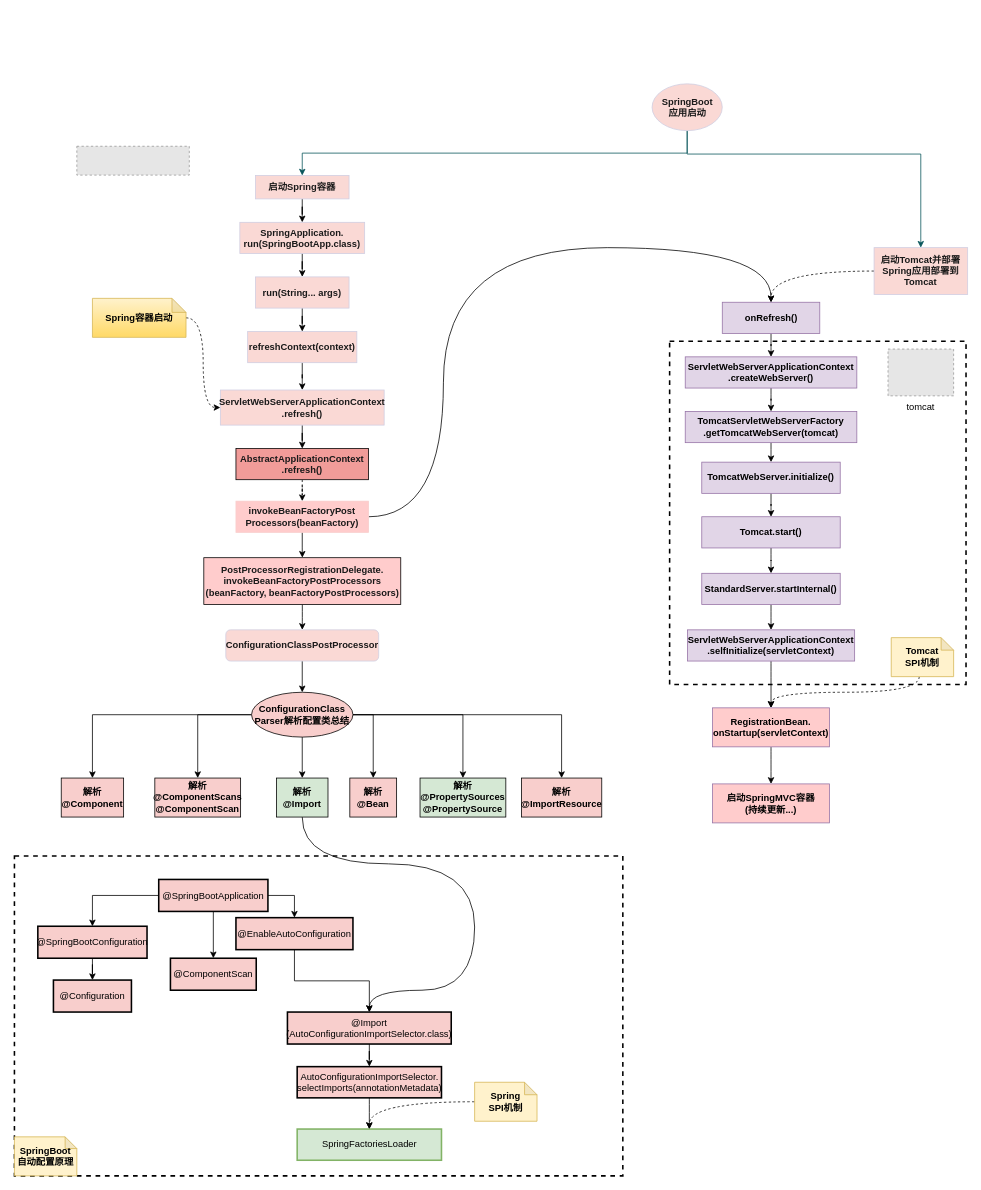
This is docs/process/SpringBoot自动配置原理.drawio from turn-left/in-depth-spring-source, a draw.io file, before an edit. Source tidied: cells renumbered, new cells numbered last; positions are measured from the earlier drawing's top-left corner, leaving out a move shared by most shapes. Both pictures are drawn from the tidied source at 78%, with x=0, y=0 at pixel (14, 83). Pictures stored in the file or linked from it are replaced by grey dashed boxes.
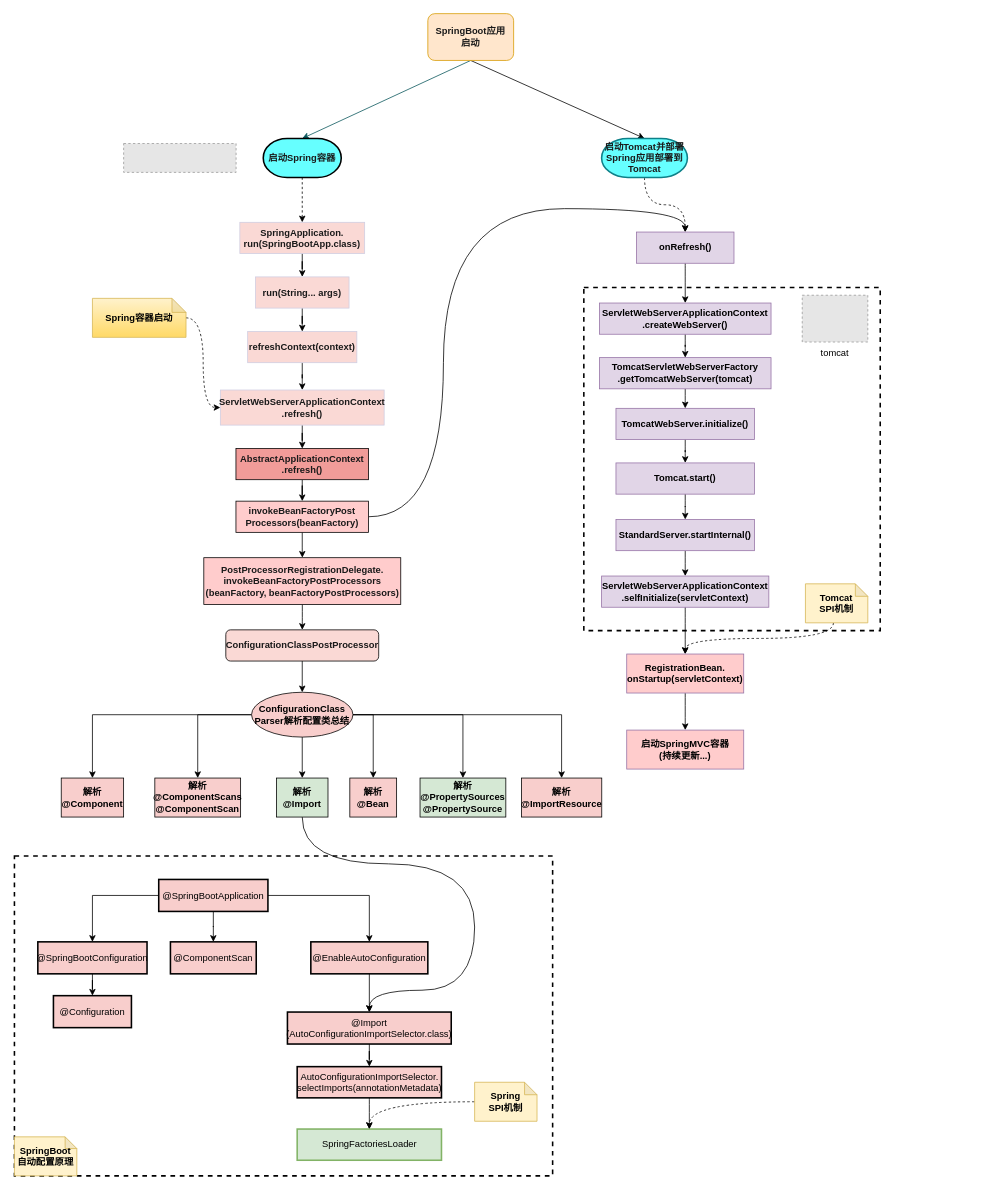
After the change.

The change refers to these unchanged cells:
```xml
<mxCell id="15" value="SpringApplication.&lt;br&gt;run(SpringBootApp.class)" style="whiteSpace=wrap;html=1;fontColor=#1A1A1A;fontStyle=1;strokeColor=#D0CEE2;fillColor=#FAD9D5;" parent="1" vertex="1">
  <mxGeometry x="289" y="177.5" width="160" height="40" as="geometry" />
</mxCell>
<mxCell id="23" value="AbstractApplicationContext&lt;br&gt;.refresh()" style="whiteSpace=wrap;html=1;fontColor=#1A1A1A;fontStyle=1;fillColor=#F19C99;" parent="1" vertex="1">
  <mxGeometry x="284" y="467.5" width="170" height="40" as="geometry" />
</mxCell>
```

Change to the diagram source:
```diff
@@
     <mxCell id="2" style="rounded=0;whiteSpace=wrap;html=1;strokeColor=#000000;strokeWidth=2;fillColor=#FFFFFF;dashed=1;" parent="1" vertex="1">
-      <mxGeometry y="990" width="780" height="410" as="geometry" />
+      <mxGeometry y="990" width="690" height="410" as="geometry" />
     </mxCell>
     <mxCell id="3" style="rounded=0;whiteSpace=wrap;html=1;strokeColor=#000000;fillColor=#FFFFFF;dashed=1;strokeWidth=2;" parent="1" vertex="1">
-      <mxGeometry x="840" y="330" width="380" height="440" as="geometry" />
+      <mxGeometry x="730" y="261" width="380" height="440" as="geometry" />
     </mxCell>
-    <mxCell id="4" style="edgeStyle=orthogonalEdgeStyle;rounded=0;jettySize=auto;html=1;strokeColor=#09555B;fontColor=#1A1A1A;fontStyle=1;exitX=0.5;exitY=1;exitDx=0;exitDy=0;" parent="1" edge="1" source="6" target="8">
+    <mxCell id="4" style="rounded=0;jettySize=auto;html=1;strokeColor=#09555B;fontColor=#1A1A1A;fontStyle=1;exitX=0.5;exitY=1;exitDx=0;exitDy=0;entryX=0.5;entryY=0;entryDx=0;entryDy=0;entryPerimeter=0;" parent="1" edge="1" source="84" target="8">
       <mxGeometry relative="1" as="geometry" />
     </mxCell>
-    <mxCell id="5" style="edgeStyle=orthogonalEdgeStyle;rounded=0;jettySize=auto;html=1;strokeColor=#09555B;fontColor=#1A1A1A;fontStyle=1;exitX=0.5;exitY=1;exitDx=0;exitDy=0;" parent="1" edge="1" source="6" target="10">
-      <mxGeometry relative="1" as="geometry">
-        <Array as="points">
-          <mxPoint x="863" y="90" />
-          <mxPoint x="1162" y="90" />
-        </Array>
-      </mxGeometry>
-    </mxCell>
-    <mxCell id="6" value="SpringBoot&lt;br&gt;应用启动" style="ellipse;whiteSpace=wrap;html=1;fillColor=#FAD9D5;strokeColor=#D0CEE2;fontColor=#1A1A1A;fontStyle=1;" parent="1" vertex="1">
-      <mxGeometry x="817.5" width="90" height="60" as="geometry" />
-    </mxCell>
+    <mxCell id="83" style="rounded=0;jettySize=auto;html=1;entryX=0.5;entryY=0;entryDx=0;entryDy=0;entryPerimeter=0;exitX=0.5;exitY=1;exitDx=0;exitDy=0;" parent="1" edge="1" source="84" target="10">
+      <mxGeometry relative="1" as="geometry" />
+    </mxCell>
-    <mxCell id="7" style="edgeStyle=orthogonalEdgeStyle;rounded=0;jettySize=auto;html=1;" parent="1" edge="1" source="8" target="15">
+    <mxCell id="7" style="edgeStyle=orthogonalEdgeStyle;rounded=0;jettySize=auto;html=1;dashed=1;exitX=0.5;exitY=1;exitDx=0;exitDy=0;exitPerimeter=0;" parent="1" edge="1" source="8" target="15">
       <mxGeometry relative="1" as="geometry" />
     </mxCell>
-    <mxCell id="8" value="启动Spring容器" style="whiteSpace=wrap;html=1;fillColor=#FAD9D5;strokeColor=#D0CEE2;fontColor=#1A1A1A;fontStyle=1;" parent="1" vertex="1">
-      <mxGeometry x="309" y="117.5" width="120" height="30" as="geometry" />
-    </mxCell>
-    <mxCell id="9" style="edgeStyle=orthogonalEdgeStyle;curved=1;rounded=0;jettySize=auto;html=1;dashed=1;strokeColor=#000000;entryX=0.5;entryY=0;entryDx=0;entryDy=0;" parent="1" edge="1" source="10" target="48">
+    <mxCell id="9" style="edgeStyle=orthogonalEdgeStyle;curved=1;rounded=0;jettySize=auto;html=1;dashed=1;strokeColor=#000000;entryX=0.5;entryY=0;entryDx=0;entryDy=0;exitX=0.5;exitY=1;exitDx=0;exitDy=0;exitPerimeter=0;" parent="1" edge="1" source="10" target="48">
       <mxGeometry relative="1" as="geometry" />
     </mxCell>
-    <mxCell id="10" value="启动Tomcat并部署&lt;br&gt;Spring应用部署到Tomcat" style="whiteSpace=wrap;html=1;fillColor=#FAD9D5;strokeColor=#D0CEE2;fontColor=#1A1A1A;fontStyle=1;" parent="1" vertex="1">
-      <mxGeometry x="1102.1" y="210" width="120" height="60" as="geometry" />
-    </mxCell>
     <mxCell id="11" style="edgeStyle=orthogonalEdgeStyle;curved=1;rounded=0;jettySize=auto;html=1;strokeColor=#000000;entryX=0.5;entryY=0;entryDx=0;entryDy=0;dashed=1;" parent="1" edge="1" source="12" target="64">
       <mxGeometry relative="1" as="geometry">
         <Array as="points">
-          <mxPoint x="1160" y="780" />
-          <mxPoint x="970" y="780" />
+          <mxPoint x="1050" y="711" />
+          <mxPoint x="860" y="711" />
         </Array>
       </mxGeometry>
     </mxCell>
     <mxCell id="12" value="Tomcat&lt;br&gt;SPI机制" style="shape=note;whiteSpace=wrap;html=1;backgroundOutline=1;darkOpacity=0.05;rounded=0;sketch=0;strokeColor=#d6b656;fillColor=#fff2cc;size=16;fontStyle=1;" parent="1" vertex="1">
-      <mxGeometry x="1124.1" y="710" width="80" height="50" as="geometry" />
+      <mxGeometry x="1014.1" y="641" width="80" height="50" as="geometry" />
     </mxCell>
@@
-    <mxCell id="22" style="edgeStyle=orthogonalEdgeStyle;rounded=0;jettySize=auto;html=1;dashed=1;" parent="1" edge="1" source="23" target="28">
+    <mxCell id="22" style="edgeStyle=orthogonalEdgeStyle;rounded=0;jettySize=auto;html=1;" parent="1" edge="1" source="23" target="28">
       <mxGeometry relative="1" as="geometry" />
     </mxCell>
@@
     <mxCell id="27" style="edgeStyle=orthogonalEdgeStyle;curved=1;rounded=0;jettySize=auto;html=1;strokeColor=#000000;entryX=0.5;entryY=0;entryDx=0;entryDy=0;exitX=1;exitY=0.5;exitDx=0;exitDy=0;" parent="1" edge="1" source="28" target="48">
       <mxGeometry relative="1" as="geometry">
         <Array as="points">
           <mxPoint x="550" y="555" />
-          <mxPoint x="550" y="210" />
-          <mxPoint x="970" y="210" />
+          <mxPoint x="550" y="160" />
+          <mxPoint x="860" y="160" />
         </Array>
       </mxGeometry>
     </mxCell>
-    <mxCell id="28" value="invokeBeanFactoryPost&lt;br&gt;Processors(beanFactory)" style="whiteSpace=wrap;html=1;fontColor=#1A1A1A;fontStyle=1;strokeColor=#F8CECC;fillColor=#FFCCCC;" parent="1" vertex="1">
+    <mxCell id="28" value="invokeBeanFactoryPost&lt;br&gt;Processors(beanFactory)" style="whiteSpace=wrap;html=1;fontColor=#1A1A1A;fontStyle=1;fillColor=#FFCCCC;" parent="1" vertex="1">
       <mxGeometry x="284" y="535" width="170" height="40" as="geometry" />
     </mxCell>
@@
-    <mxCell id="44" value="ConfigurationClassPostProcessor" style="rounded=1;whiteSpace=wrap;html=1;sketch=0;strokeColor=#D0CEE2;fillColor=#FAD9D5;fontColor=#1A1A1A;fontStyle=1;" parent="1" vertex="1">
+    <mxCell id="44" value="ConfigurationClassPostProcessor" style="rounded=1;whiteSpace=wrap;html=1;sketch=0;fillColor=#FAD9D5;fontColor=#1A1A1A;fontStyle=1;" parent="1" vertex="1">
       <mxGeometry x="271" y="700" width="196" height="40" as="geometry" />
     </mxCell>
@@
     <mxCell id="48" value="onRefresh()" style="whiteSpace=wrap;html=1;fontStyle=1;strokeColor=#9673a6;fillColor=#e1d5e7;" parent="1" vertex="1">
-      <mxGeometry x="907.5" y="280" width="125" height="40" as="geometry" />
+      <mxGeometry x="797.5" y="190" width="125" height="40" as="geometry" />
     </mxCell>
@@
     <mxCell id="50" value="ServletWebServerApplicationContext&lt;br&gt;.createWebServer()" style="whiteSpace=wrap;html=1;fontStyle=1;strokeColor=#9673a6;fillColor=#e1d5e7;" parent="1" vertex="1">
-      <mxGeometry x="860" y="350" width="220" height="40" as="geometry" />
+      <mxGeometry x="750" y="281" width="220" height="40" as="geometry" />
     </mxCell>
@@
     <mxCell id="52" value="TomcatServletWebServerFactory&lt;br&gt;.getTomcatWebServer(tomcat)" style="whiteSpace=wrap;html=1;fontStyle=1;strokeColor=#9673a6;fillColor=#e1d5e7;" parent="1" vertex="1">
-      <mxGeometry x="860" y="420" width="220" height="40" as="geometry" />
+      <mxGeometry x="750" y="351" width="220" height="40" as="geometry" />
     </mxCell>
@@
     <mxCell id="54" value="TomcatWebServer.initialize()" style="whiteSpace=wrap;html=1;fontStyle=1;strokeColor=#9673a6;fillColor=#e1d5e7;" parent="1" vertex="1">
-      <mxGeometry x="881.2" y="485" width="177.5" height="40" as="geometry" />
+      <mxGeometry x="771.2" y="416" width="177.5" height="40" as="geometry" />
     </mxCell>
@@
     <mxCell id="56" value="Tomcat.start()" style="whiteSpace=wrap;html=1;fontStyle=1;strokeColor=#9673a6;fillColor=#e1d5e7;" parent="1" vertex="1">
-      <mxGeometry x="881.2" y="555" width="177.5" height="40" as="geometry" />
+      <mxGeometry x="771.2" y="486" width="177.5" height="40" as="geometry" />
     </mxCell>
@@
     <mxCell id="58" value="StandardServer.startInternal()" style="whiteSpace=wrap;html=1;fontStyle=1;strokeColor=#9673a6;fillColor=#e1d5e7;" parent="1" vertex="1">
-      <mxGeometry x="881.2" y="627.5" width="177.5" height="40" as="geometry" />
+      <mxGeometry x="771.2" y="558.5" width="177.5" height="40" as="geometry" />
     </mxCell>
     <mxCell id="59" value="tomcat" style="fillColor=#E6E6E6;strokeColor=#999999;dashed=1;verticalLabelPosition=bottom;verticalAlign=top;" parent="1" vertex="1">
-      <mxGeometry x="1120" y="340" width="84.1" height="60" as="geometry" />
+      <mxGeometry x="1010" y="271" width="84.1" height="60" as="geometry" />
     </mxCell>
     <mxCell id="60" style="fillColor=#E6E6E6;strokeColor=#999999;dashed=1;verticalLabelPosition=bottom;labelBackgroundColor=#ffffff;verticalAlign=top;" parent="1" vertex="1">
-      <mxGeometry x="80" y="80" width="144.2" height="37" as="geometry" />
+      <mxGeometry x="140" y="76.5" width="144.2" height="37" as="geometry" />
     </mxCell>
@@
     <mxCell id="62" value="ServletWebServerApplicationContext&lt;br&gt;.selfInitialize(servletContext)" style="whiteSpace=wrap;html=1;fontStyle=1;strokeColor=#9673a6;fillColor=#e1d5e7;" parent="1" vertex="1">
-      <mxGeometry x="862.8" y="700" width="214.4" height="40" as="geometry" />
+      <mxGeometry x="752.8" y="631" width="214.4" height="40" as="geometry" />
     </mxCell>
@@
     <mxCell id="64" value="RegistrationBean.&lt;br&gt;onStartup(servletContext)" style="whiteSpace=wrap;html=1;fontStyle=1;strokeColor=#9673a6;fillColor=#FFCCCC;" parent="1" vertex="1">
-      <mxGeometry x="895" y="800" width="150" height="50" as="geometry" />
+      <mxGeometry x="785" y="731" width="150" height="50" as="geometry" />
     </mxCell>
     <mxCell id="65" value="启动SpringMVC容器&lt;br&gt;(持续更新...)" style="whiteSpace=wrap;html=1;fontStyle=1;strokeColor=#9673a6;fillColor=#FFCCCC;" parent="1" vertex="1">
-      <mxGeometry x="895" y="897.5" width="150" height="50" as="geometry" />
+      <mxGeometry x="785" y="828.5" width="150" height="50" as="geometry" />
     </mxCell>
@@
     <mxCell id="71" value="@EnableAutoConfiguration" style="rounded=0;whiteSpace=wrap;html=1;strokeColor=#000000;strokeWidth=2;fillColor=#F8CECC;" parent="1" vertex="1">
-      <mxGeometry x="284" y="1069" width="150" height="41" as="geometry" />
+      <mxGeometry x="380" y="1100" width="150" height="41" as="geometry" />
     </mxCell>
@@
     <mxCell id="73" value="@SpringBootConfiguration" style="rounded=0;whiteSpace=wrap;html=1;strokeColor=#000000;strokeWidth=2;fillColor=#F8CECC;" parent="1" vertex="1">
-      <mxGeometry x="30" y="1080" width="140" height="41" as="geometry" />
+      <mxGeometry x="30" y="1100" width="140" height="41" as="geometry" />
     </mxCell>
     <mxCell id="74" value="@Configuration" style="rounded=0;whiteSpace=wrap;html=1;strokeColor=#000000;strokeWidth=2;fillColor=#F8CECC;" parent="1" vertex="1">
-      <mxGeometry x="50" y="1149" width="100" height="41" as="geometry" />
+      <mxGeometry x="50" y="1169" width="100" height="41" as="geometry" />
     </mxCell>
@@
     <mxCell id="77" value="@ComponentScan" style="rounded=0;whiteSpace=wrap;html=1;strokeColor=#000000;strokeWidth=2;fillColor=#F8CECC;" parent="1" vertex="1">
-      <mxGeometry x="200" y="1121" width="110" height="41" as="geometry" />
+      <mxGeometry x="200" y="1100" width="110" height="41" as="geometry" />
     </mxCell>
@@
+    <mxCell id="8" value="&lt;font color=&quot;#1a1a1a&quot; face=&quot;helvetica&quot;&gt;&lt;b&gt;启动Spring容器&lt;/b&gt;&lt;/font&gt;" style="strokeWidth=2;html=1;shape=mxgraph.flowchart.terminator;whiteSpace=wrap;fillColor=#66FFFF;" parent="1" vertex="1">
+      <mxGeometry x="319" y="70" width="100" height="50" as="geometry" />
+    </mxCell>
+    <mxCell id="10" value="&lt;span style=&quot;color: rgb(26 , 26 , 26) ; font-weight: 700&quot;&gt;启动Tomcat并部署&lt;/span&gt;&lt;br style=&quot;color: rgb(26 , 26 , 26) ; font-weight: 700&quot;&gt;&lt;span style=&quot;color: rgb(26 , 26 , 26) ; font-weight: 700&quot;&gt;Spring应用部署到Tomcat&lt;/span&gt;" style="strokeWidth=2;html=1;shape=mxgraph.flowchart.terminator;whiteSpace=wrap;strokeColor=#0e8088;fillColor=#66FFFF;" parent="1" vertex="1">
+      <mxGeometry x="752.8" y="70" width="110" height="50" as="geometry" />
+    </mxCell>
+    <mxCell id="84" value="&lt;span style=&quot;color: rgb(26 , 26 , 26) ; font-weight: 700&quot;&gt;SpringBoot&lt;/span&gt;&lt;span style=&quot;color: rgb(26 , 26 , 26) ; font-weight: 700&quot;&gt;应用&lt;br&gt;启动&lt;/span&gt;" style="rounded=1;whiteSpace=wrap;html=1;fillColor=#ffe6cc;strokeColor=#d79b00;" parent="1" vertex="1">
+      <mxGeometry x="530" y="-90" width="110" height="60" as="geometry" />
+    </mxCell>
```
